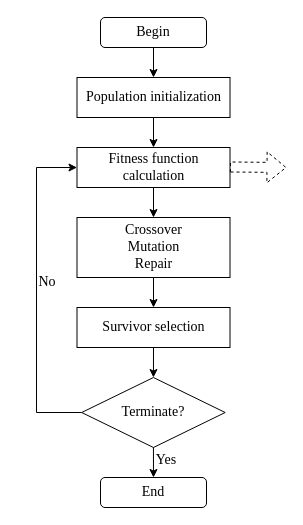
Before: 未命名绘图.drawio in qiaoD/algu, a draw.io diagram. Source tidied: cells renumbered, new cells numbered last; positions are measured from the earlier drawing's top-left corner, leaving out a move shared by most shapes. Both pictures are drawn from the tidied source at 100%, with x=0, y=0 at pixel (17, 17).
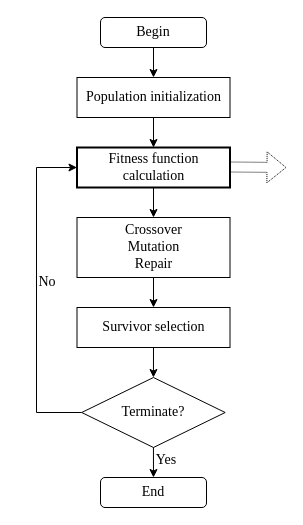
The same page after the edit.

Commit message (it also covers changes not shown here):
更新未命名绘图.drawio

The edit, as a diff of the source:
```diff
@@
-    <mxCell id="5" value="Fitness function&lt;br&gt;calculation" style="rounded=0;whiteSpace=wrap;html=1;fontFamily=Times New Roman;fontSize=14;" parent="1" vertex="1">
+    <mxCell id="5" value="Fitness function&lt;br&gt;calculation" style="rounded=0;whiteSpace=wrap;html=1;fontFamily=Times New Roman;fontSize=14;strokeWidth=2;" parent="1" vertex="1">
       <mxGeometry x="59.5" y="130" width="153" height="40" as="geometry" />
     </mxCell>
@@
-    <mxCell id="19" style="shape=flexArrow;endArrow=classic;html=1;rounded=0;fontFamily=Times New Roman;fontSize=14;dashed=1;" parent="1" edge="1">
+    <mxCell id="19" style="shape=flexArrow;endArrow=classic;html=1;rounded=0;fontFamily=Times New Roman;fontSize=14;dashed=1;strokeWidth=1;dashPattern=1 1;" parent="1" edge="1">
       <mxGeometry relative="1" as="geometry">
         <mxPoint x="212.5" y="149.5" as="sourcePoint" />
         <mxPoint x="269" y="150" as="targetPoint" />
       </mxGeometry>
     </mxCell>
```
